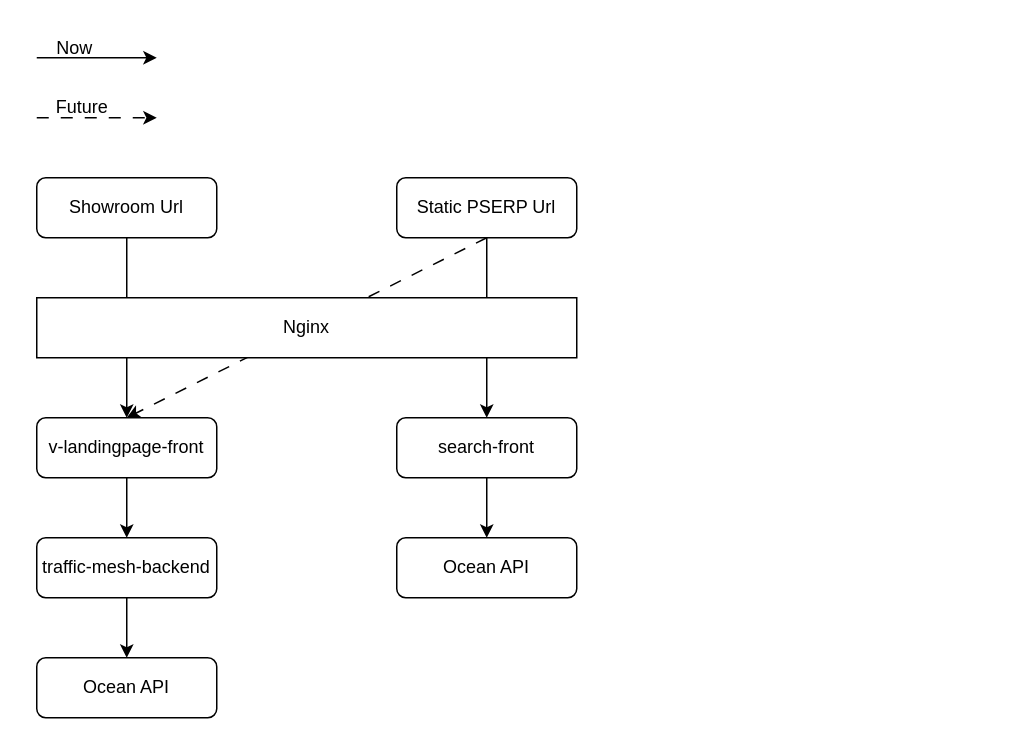
Earlier version of the draw.io diagram drawio/showroom_pserp_merge.drawio (VisableHarry/seo-drawio). Source tidied: cells renumbered, new cells numbered last; positions are measured from the earlier drawing's top-left corner, leaving out a move shared by most shapes. Both pictures are drawn from the tidied source at 150%, with x=0, y=0 at pixel (36, 26).
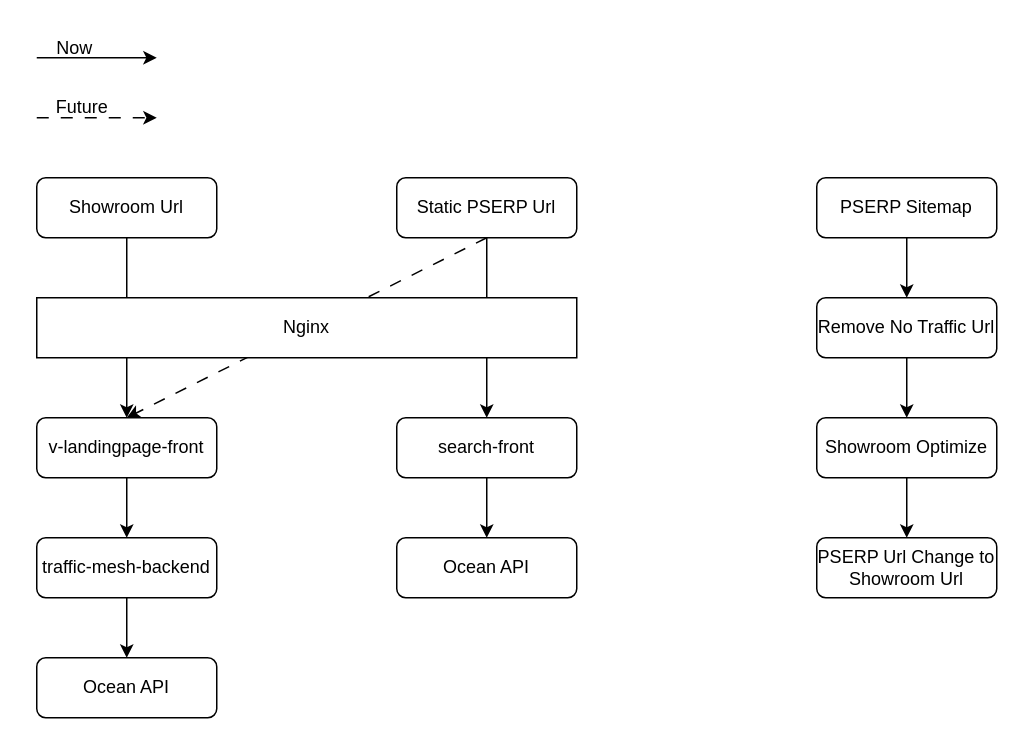
After the change.

What changed in the source:
```diff
@@
+    <mxCell id="20" style="edgeStyle=orthogonalEdgeStyle;rounded=0;jettySize=auto;html=1;exitX=0.5;exitY=1;exitDx=0;exitDy=0;entryX=0.5;entryY=0;entryDx=0;entryDy=0;" parent="1" edge="1" source="21" target="23">
+      <mxGeometry relative="1" as="geometry" />
+    </mxCell>
+    <mxCell id="21" value="PSERP Sitemap" style="rounded=1;whiteSpace=wrap;html=1;" parent="1" vertex="1">
+      <mxGeometry x="520" y="101" width="120" height="40" as="geometry" />
+    </mxCell>
+    <mxCell id="22" style="edgeStyle=orthogonalEdgeStyle;rounded=0;jettySize=auto;html=1;exitX=0.5;exitY=1;exitDx=0;exitDy=0;entryX=0.5;entryY=0;entryDx=0;entryDy=0;" parent="1" edge="1" source="23" target="25">
+      <mxGeometry relative="1" as="geometry" />
+    </mxCell>
+    <mxCell id="23" value="Remove No Traffic Url" style="rounded=1;whiteSpace=wrap;html=1;" parent="1" vertex="1">
+      <mxGeometry x="520" y="181" width="120" height="40" as="geometry" />
+    </mxCell>
+    <mxCell id="24" style="edgeStyle=orthogonalEdgeStyle;rounded=0;jettySize=auto;html=1;exitX=0.5;exitY=1;exitDx=0;exitDy=0;entryX=0.5;entryY=0;entryDx=0;entryDy=0;" parent="1" edge="1" source="25" target="26">
+      <mxGeometry relative="1" as="geometry" />
+    </mxCell>
+    <mxCell id="25" value="Showroom Optimize" style="rounded=1;whiteSpace=wrap;html=1;" parent="1" vertex="1">
+      <mxGeometry x="520" y="261" width="120" height="40" as="geometry" />
+    </mxCell>
+    <mxCell id="26" value="PSERP Url Change to Showroom Url" style="rounded=1;whiteSpace=wrap;html=1;" parent="1" vertex="1">
+      <mxGeometry x="520" y="341" width="120" height="40" as="geometry" />
+    </mxCell>
```
